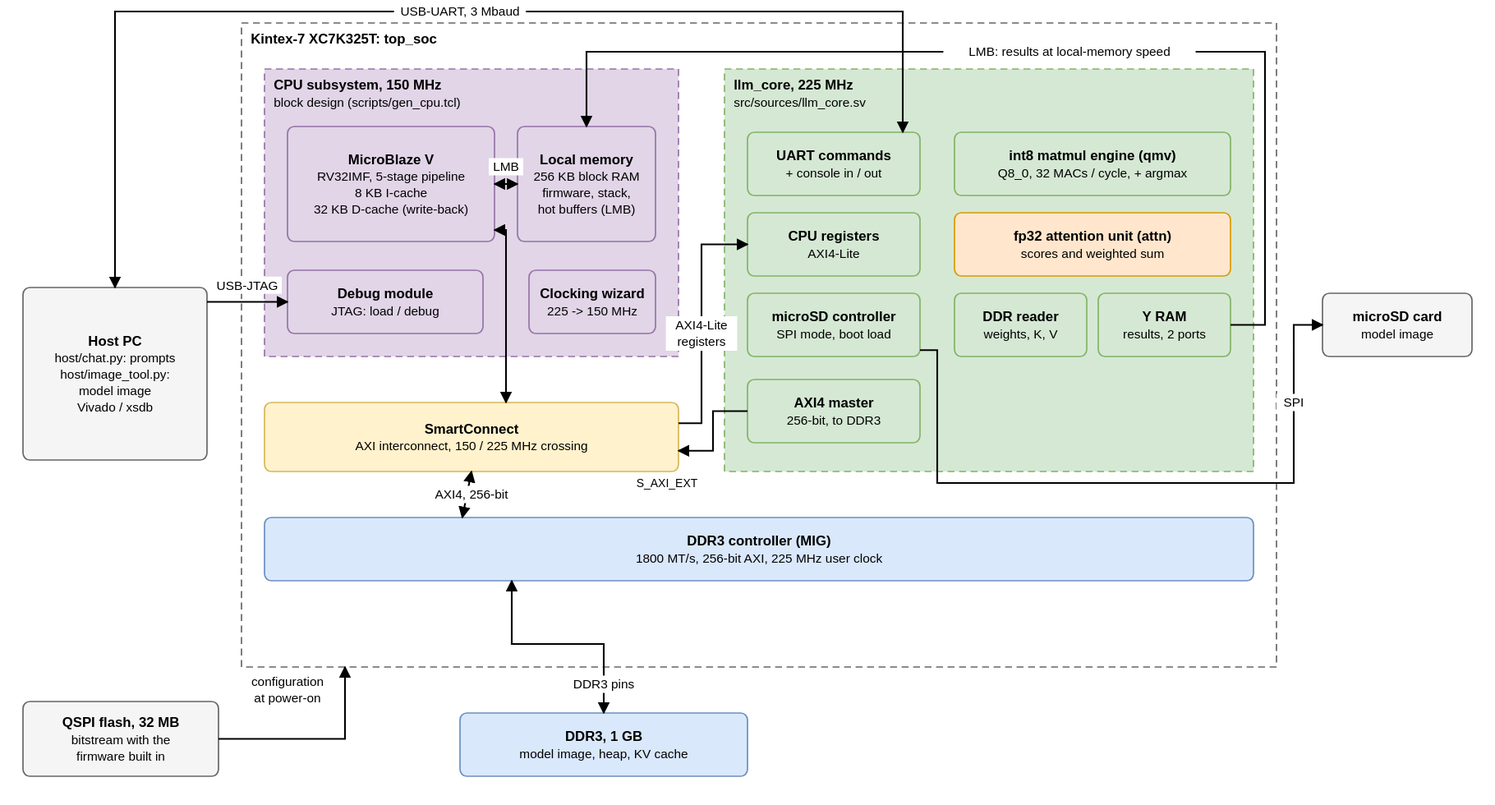
Above: docs/diagrams/system.drawio.svg in tenderribs/llm_fpga (draw.io), before the change. Source tidied: cells renumbered, new cells last; positions are measured from the earlier drawing's top-left corner, leaving out a move shared by most shapes.
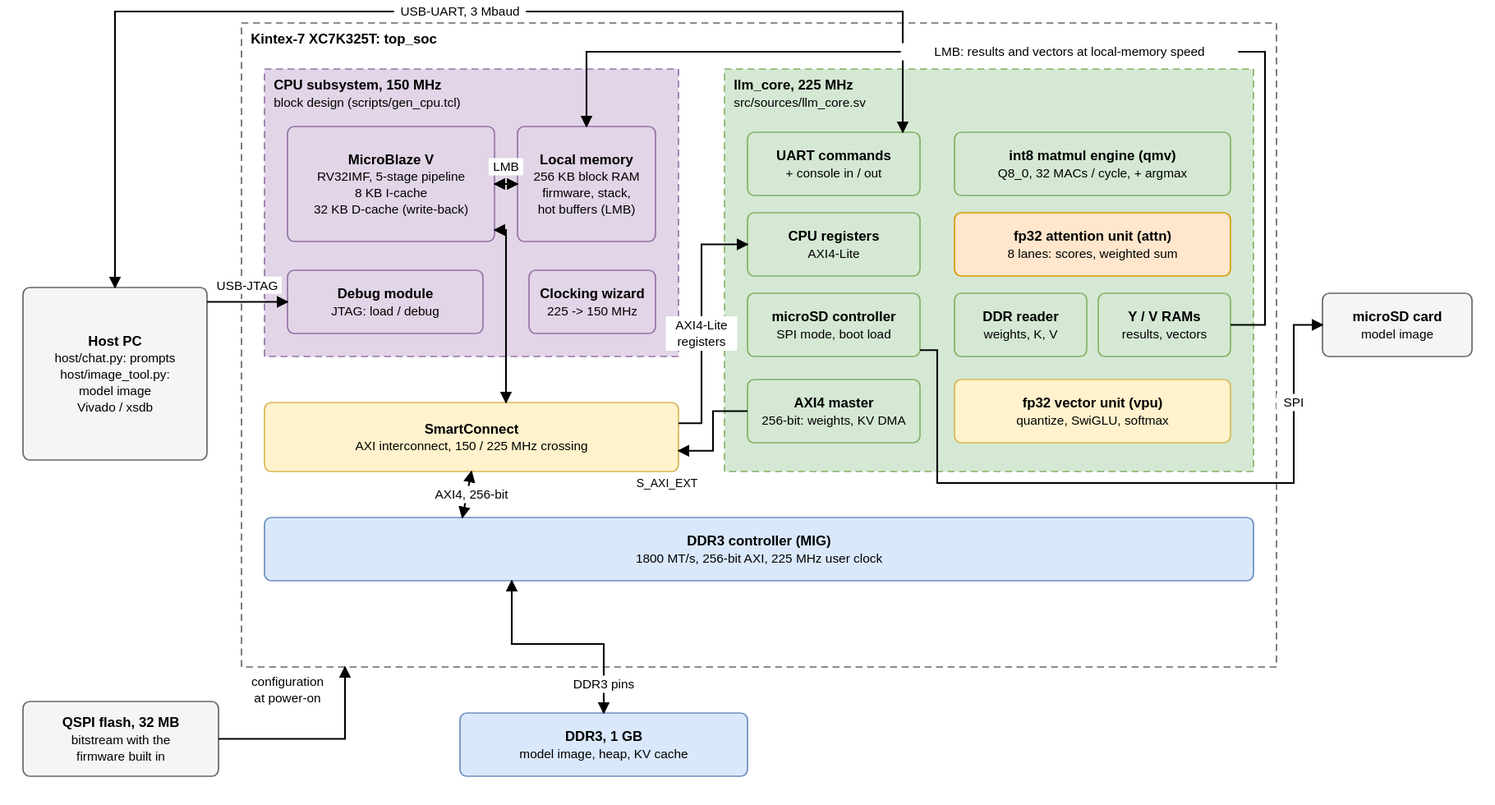
The same diagram one commit later.

Commit message:
Docs: diagrams with the vector unit, 8-lane attention, KV DMA

What changed in the source:
```diff
@@ -38,19 +38,22 @@
     <mxCell id="13" value="&lt;b&gt;microSD controller&lt;/b&gt;&lt;br&gt;&lt;font style=&quot;font-size: 11px;&quot;&gt;SPI mode, boot load&lt;/font&gt;" style="rounded=1;whiteSpace=wrap;html=1;fillColor=#d5e8d4;strokeColor=#82b366;fontFamily=Helvetica;fontSize=12;arcSize=6;absoluteArcSize=1;" parent="1" vertex="1">
       <mxGeometry x="630" y="253" width="150" height="55" as="geometry" />
     </mxCell>
-    <mxCell id="14" value="&lt;b&gt;AXI4 master&lt;/b&gt;&lt;br&gt;&lt;font style=&quot;font-size: 11px;&quot;&gt;256-bit, to DDR3&lt;/font&gt;" style="rounded=1;whiteSpace=wrap;html=1;fillColor=#d5e8d4;strokeColor=#82b366;fontFamily=Helvetica;fontSize=12;arcSize=6;absoluteArcSize=1;" parent="1" vertex="1">
+    <mxCell id="14" value="&lt;b&gt;AXI4 master&lt;/b&gt;&lt;br&gt;&lt;font style=&quot;font-size: 11px;&quot;&gt;256-bit: weights, KV DMA&lt;/font&gt;" style="rounded=1;whiteSpace=wrap;html=1;fillColor=#d5e8d4;strokeColor=#82b366;fontFamily=Helvetica;fontSize=12;arcSize=6;absoluteArcSize=1;" parent="1" vertex="1">
       <mxGeometry x="630" y="328" width="150" height="55" as="geometry" />
     </mxCell>
+    <mxCell id="44" value="&lt;b&gt;fp32 vector unit (vpu)&lt;/b&gt;&lt;br&gt;&lt;font style=&quot;font-size: 11px;&quot;&gt;quantize, SwiGLU, softmax&lt;/font&gt;" style="rounded=1;whiteSpace=wrap;html=1;fillColor=#fff2cc;strokeColor=#d6b656;fontFamily=Helvetica;fontSize=12;arcSize=6;absoluteArcSize=1;" parent="1" vertex="1">
+      <mxGeometry x="810" y="328" width="240" height="55" as="geometry" />
+    </mxCell>
     <mxCell id="15" value="&lt;b&gt;int8 matmul engine (qmv)&lt;/b&gt;&lt;br&gt;&lt;font style=&quot;font-size: 11px;&quot;&gt;Q8_0, 32 MACs / cycle, + argmax&lt;/font&gt;" style="rounded=1;whiteSpace=wrap;html=1;fillColor=#d5e8d4;strokeColor=#82b366;fontFamily=Helvetica;fontSize=12;arcSize=6;absoluteArcSize=1;" parent="1" vertex="1">
       <mxGeometry x="810" y="113" width="240" height="55" as="geometry" />
     </mxCell>
-    <mxCell id="16" value="&lt;b&gt;fp32 attention unit (attn)&lt;/b&gt;&lt;br&gt;&lt;font style=&quot;font-size: 11px;&quot;&gt;scores and weighted sum&lt;/font&gt;" style="rounded=1;whiteSpace=wrap;html=1;fillColor=#ffe6cc;strokeColor=#d79b00;fontFamily=Helvetica;fontSize=12;arcSize=6;absoluteArcSize=1;" parent="1" vertex="1">
+    <mxCell id="16" value="&lt;b&gt;fp32 attention unit (attn)&lt;/b&gt;&lt;br&gt;&lt;font style=&quot;font-size: 11px;&quot;&gt;8 lanes: scores, weighted sum&lt;/font&gt;" style="rounded=1;whiteSpace=wrap;html=1;fillColor=#ffe6cc;strokeColor=#d79b00;fontFamily=Helvetica;fontSize=12;arcSize=6;absoluteArcSize=1;" parent="1" vertex="1">
       <mxGeometry x="810" y="183" width="240" height="55" as="geometry" />
     </mxCell>
     <mxCell id="17" value="&lt;b&gt;DDR reader&lt;/b&gt;&lt;br&gt;&lt;font style=&quot;font-size: 11px;&quot;&gt;weights, K, V&lt;/font&gt;" style="rounded=1;whiteSpace=wrap;html=1;fillColor=#d5e8d4;strokeColor=#82b366;fontFamily=Helvetica;fontSize=12;arcSize=6;absoluteArcSize=1;" parent="1" vertex="1">
       <mxGeometry x="810" y="253" width="115" height="55" as="geometry" />
     </mxCell>
-    <mxCell id="18" value="&lt;b&gt;Y RAM&lt;/b&gt;&lt;br&gt;&lt;font style=&quot;font-size: 11px;&quot;&gt;results, 2 ports&lt;/font&gt;" style="rounded=1;whiteSpace=wrap;html=1;fillColor=#d5e8d4;strokeColor=#82b366;fontFamily=Helvetica;fontSize=12;arcSize=6;absoluteArcSize=1;" parent="1" vertex="1">
+    <mxCell id="18" value="&lt;b&gt;Y / V RAMs&lt;/b&gt;&lt;br&gt;&lt;font style=&quot;font-size: 11px;&quot;&gt;results, vectors&lt;/font&gt;" style="rounded=1;whiteSpace=wrap;html=1;fillColor=#d5e8d4;strokeColor=#82b366;fontFamily=Helvetica;fontSize=12;arcSize=6;absoluteArcSize=1;" parent="1" vertex="1">
       <mxGeometry x="935" y="253" width="115" height="55" as="geometry" />
     </mxCell>
     <mxCell id="19" value="&lt;b&gt;DDR3 controller (MIG)&lt;/b&gt;&lt;br&gt;&lt;font style=&quot;font-size: 11px;&quot;&gt;1800 MT/s, 256-bit AXI, 225 MHz user clock&lt;/font&gt;" style="rounded=1;whiteSpace=wrap;html=1;fillColor=#dae8fc;strokeColor=#6c8ebf;fontFamily=Helvetica;fontSize=12;arcSize=6;absoluteArcSize=1;" parent="1" vertex="1">
@@ -88,21 +91,21 @@
     <mxCell id="28" value="LMB" style="text;html=1;align=center;verticalAlign=middle;fontFamily=Helvetica;fontSize=11;labelBackgroundColor=#ffffff;" parent="1" vertex="1">
       <mxGeometry x="405" y="135.5" width="30" height="15" as="geometry" />
     </mxCell>
-    <mxCell id="29" style="edgeStyle=none;html=1;rounded=0;endArrow=block;endFill=1;strokeColor=#000000;strokeWidth=1.5;exitX=1;exitY=0.9;exitDx=0;exitDy=0;entryX=0.5833333333333334;entryY=0;entryDx=0;entryDy=0;startArrow=block;startFill=1;" parent="1" edge="1" source="5" target="9">
-      <mxGeometry relative="1" as="geometry">
-        <Array as="points">
-          <mxPoint x="420" y="198" />
-        </Array>
-      </mxGeometry>
-    </mxCell>
-    <mxCell id="30" style="edgeStyle=none;html=1;rounded=0;endArrow=block;endFill=1;strokeColor=#000000;strokeWidth=1.5;exitX=1;exitY=0.3;exitDx=0;exitDy=0;entryX=0;entryY=0.5;entryDx=0;entryDy=0;" parent="1" edge="1" source="9" target="12">
+    <mxCell id="30" style="edgeStyle=none;html=1;rounded=0;endArrow=block;endFill=1;strokeColor=#000000;strokeWidth=1.5;exitX=1;exitY=0.9;exitDx=0;exitDy=0;entryX=0.5833333333333334;entryY=0;entryDx=0;entryDy=0;startArrow=block;startFill=1;" parent="1" edge="1" source="5" target="9">
       <mxGeometry relative="1" as="geometry">
         <Array as="points">
-          <mxPoint x="590" y="366" />
-          <mxPoint x="590" y="210.5" />
+          <mxPoint x="420" y="198" />
         </Array>
       </mxGeometry>
     </mxCell>
+    <mxCell id="45" style="edgeStyle=none;html=1;rounded=0;endArrow=block;endFill=1;strokeColor=#000000;strokeWidth=1.5;exitX=1;exitY=0.3;exitDx=0;exitDy=0;entryX=0;entryY=0.5;entryDx=0;entryDy=0;" parent="1" edge="1" source="9" target="12">
+      <mxGeometry relative="1" as="geometry">
+        <Array as="points">
+          <mxPoint x="590" y="366" />
+          <mxPoint x="590" y="210.5" />
+        </Array>
+      </mxGeometry>
+    </mxCell>
     <mxCell id="31" value="AXI4-Lite&lt;br&gt;registers" style="text;html=1;align=center;verticalAlign=middle;fontFamily=Helvetica;fontSize=11;labelBackgroundColor=#ffffff;" parent="1" vertex="1">
       <mxGeometry x="559" y="273" width="62" height="30" as="geometry" />
     </mxCell>
@@ -156,9 +159,9 @@
         </Array>
       </mxGeometry>
     </mxCell>
-    <mxCell id="41" value="LMB: results at local-memory speed" style="text;html=1;align=center;verticalAlign=middle;fontFamily=Helvetica;fontSize=11;labelBackgroundColor=#ffffff;" parent="1" vertex="1">
-      <mxGeometry x="800.3" y="35.5" width="219.4" height="15" as="geometry" />
-    </mxCell>
+    <mxCell id="46" value="LMB: results and vectors at local-memory speed" style="text;html=1;align=center;verticalAlign=middle;fontFamily=Helvetica;fontSize=11;labelBackgroundColor=#ffffff;" parent="1" vertex="1">
+      <mxGeometry x="763.3" y="35.5" width="293.4" height="15" as="geometry" />
+    </mxCell>
     <mxCell id="42" style="edgeStyle=none;html=1;rounded=0;endArrow=block;endFill=1;strokeColor=#000000;strokeWidth=1.5;exitX=1;exitY=0.5;exitDx=0;exitDy=0;entryX=0.1;entryY=1;entryDx=0;entryDy=0;" parent="1" edge="1" source="22" target="3">
       <mxGeometry relative="1" as="geometry">
         <Array as="points">
```
